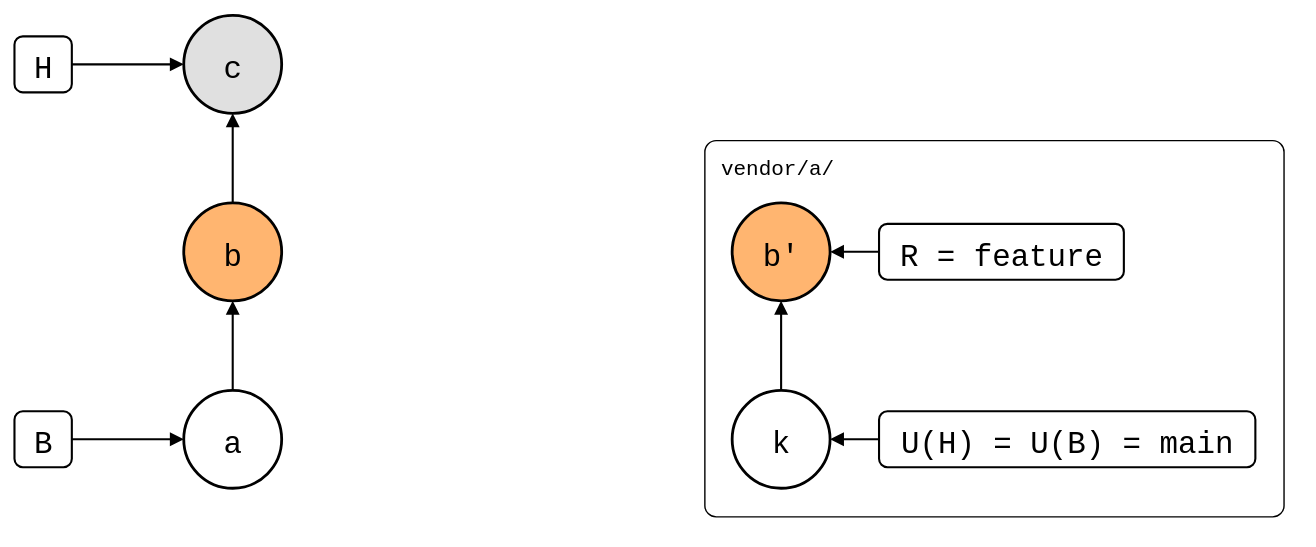
Above: test/scenarios/03-branches-and-teamwork/01-feature-branch-unchanged/01-feature-branch-changed/01-stacked-branch/stacked-branch.drawio.svg in roschaefer/git-splice (draw.io), before the change. Source tidied: cells renumbered, new cells last; positions are measured from the earlier drawing's top-left corner, leaving out a move shared by most shapes.
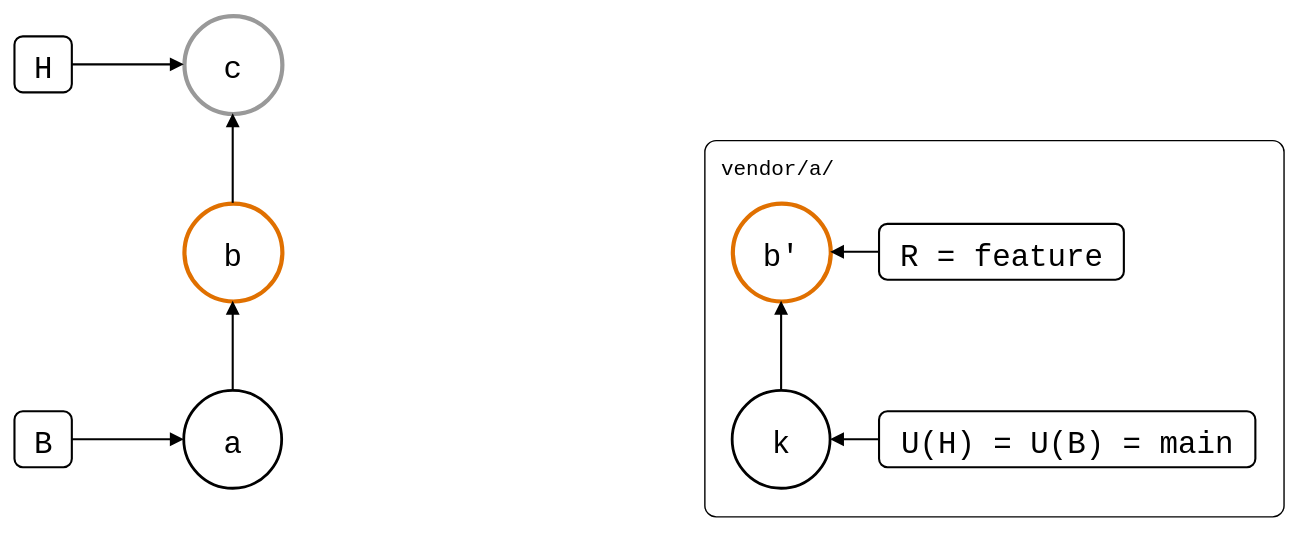
After the commit.

Change to the diagram source:
```diff
@@ -8,16 +8,16 @@
     <mxCell id="3" value="a" style="ellipse;strokeWidth=2;fontSize=22;fontFamily=Roboto Mono,monospace;" parent="1" vertex="1">
       <mxGeometry x="121" y="268" width="70" height="70" as="geometry" />
     </mxCell>
-    <mxCell id="4" value="b" style="ellipse;strokeWidth=2;fontSize=22;fontFamily=Roboto Mono,monospace;fillColor=#FFB570;" parent="1" vertex="1">
+    <mxCell id="4" value="b" style="ellipse;fontSize=22;fontFamily=Roboto Mono,monospace;strokeColor=#E07000;strokeWidth=3;" parent="1" vertex="1">
       <mxGeometry x="121" y="134" width="70" height="70" as="geometry" />
     </mxCell>
-    <mxCell id="5" value="c" style="ellipse;strokeWidth=2;fontSize=22;fontFamily=Roboto Mono,monospace;fillColor=#E0E0E0;" parent="1" vertex="1">
+    <mxCell id="5" value="c" style="ellipse;fontSize=22;fontFamily=Roboto Mono,monospace;strokeColor=#999999;strokeWidth=3;" parent="1" vertex="1">
       <mxGeometry x="121" width="70" height="70" as="geometry" />
     </mxCell>
     <mxCell id="6" value="k" style="ellipse;strokeWidth=2;fontSize=22;fontFamily=Roboto Mono,monospace;" parent="1" vertex="1">
       <mxGeometry x="513" y="268" width="70" height="70" as="geometry" />
     </mxCell>
-    <mxCell id="7" value="b'" style="ellipse;strokeWidth=2;fontSize=22;fontFamily=Roboto Mono,monospace;fillColor=#FFB570;" parent="1" vertex="1">
+    <mxCell id="7" value="b'" style="ellipse;fontSize=22;fontFamily=Roboto Mono,monospace;strokeColor=#E07000;strokeWidth=3;" parent="1" vertex="1">
       <mxGeometry x="513" y="134" width="70" height="70" as="geometry" />
     </mxCell>
     <mxCell id="8" value="H" style="rounded=1;strokeWidth=1.5;fontSize=22;fontFamily=Roboto Mono,monospace;" parent="1" vertex="1">
```
